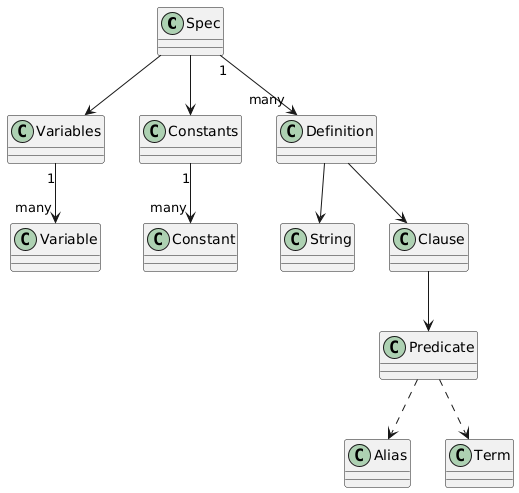
The PlantUML diagram ast/img/general_diagram.png in iarujo/tla_plus_plus, before a commit.
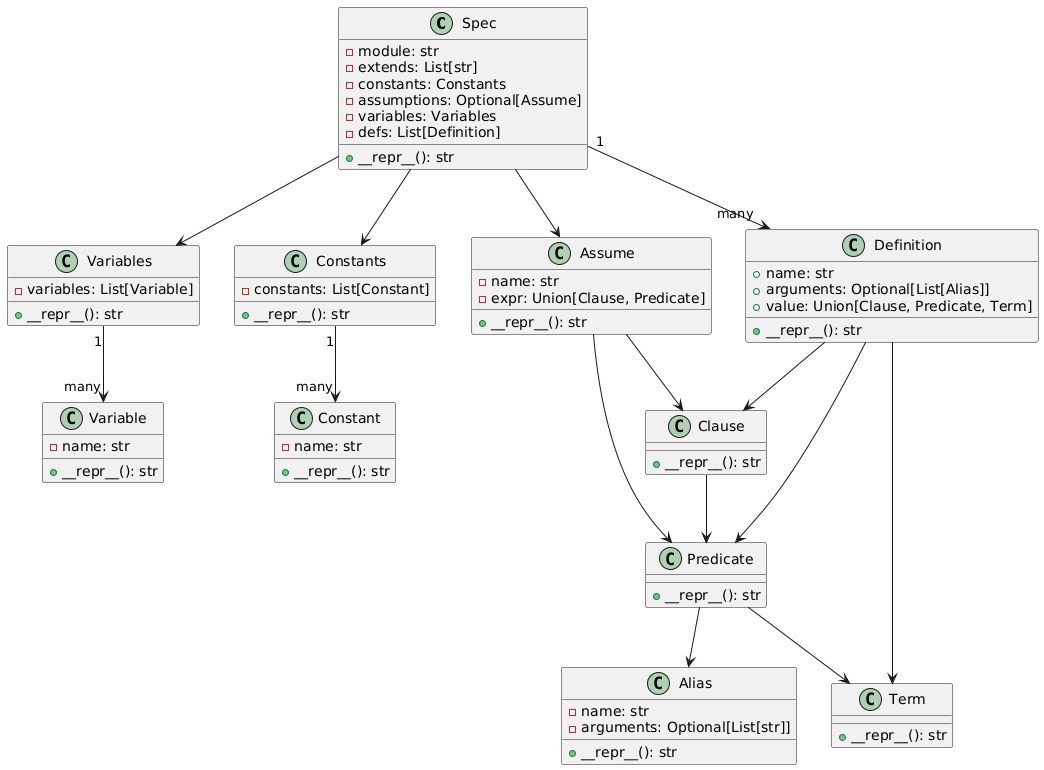
The same file after the commit.

The edit, as a diff of the source:
```diff
@@ -1,21 +1,77 @@
 @startuml
-class Spec
-class Variables
-class Constants
-class Definition
-class String
-class Clause
-class Alias
-class Predicate
-class Term
+class Spec {
+    - module: str
+    - extends: List[str]
+    - constants: Constants
+    - assumptions: Optional[Assume]
+    - variables: Variables
+    - defs: List[Definition]
+    + __repr__(): str
+}
+
+class Variables {
+    - variables: List[Variable]
+    + __repr__(): str
+}
+
+class Constants {
+    - constants: List[Constant]
+    + __repr__(): str
+}
+
+class Assume {
+    - name: str
+    - expr: Union[Clause, Predicate]
+    + __repr__(): str
+}
+
+class Definition {
+    + name: str
+    + arguments: Optional[List[Alias]]
+    + value: Union[Clause, Predicate, Term]
+    + __repr__(): str
+}
+
+class Clause {
+    + __repr__(): str
+}
+
+class Predicate {
+    + __repr__(): str
+}
+
+class Term {
+    + __repr__(): str
+}
+
+class Variable {
+    - name: str
+    + __repr__(): str
+}
+
+class Constant {
+    - name: str
+    + __repr__(): str
+}
+
+class Alias {
+    - name: str
+    - arguments: Optional[List[str]]
+    + __repr__(): str
+}
+
 Spec --> Variables
 Spec --> Constants
+Spec --> Assume
 Spec "1" --> "many" Definition
 Variables "1" --> "many" Variable
 Constants "1" --> "many" Constant
-Definition --> String
+Assume --> Clause
+Assume --> Predicate
 Definition --> Clause
+Definition --> Predicate
+Definition --> Term
 Clause --> Predicate
-Predicate ..> Term
-Predicate ..> Alias
+Predicate --> Term
+Predicate --> Alias
 @enduml
```
